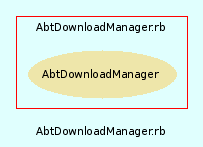
The Graphviz diagram src/trunk/doc/dot/f_1.png in eschabell/abtlinux, before a commit. Its source is kept beside it as src/trunk/doc/dot/f_1.dot.
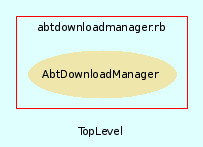
Above is the later version.

Change to the diagram source:
```diff
@@ -3,7 +3,7 @@
     bgcolor = lightcyan1
     fontname = Arial
     fontsize = 8
-    label = "AbtDownloadManager.rb"
+    label = "TopLevel"
     node [
         fontname = Arial,
         fontsize = 8,
@@ -13,7 +13,7 @@
     subgraph cluster_2 {
         fontname = Arial
         color = red
-        label = "AbtDownloadManager.rb"
+        label = "abtdownloadmanager.rb"
         AbtDownloadManager [
             fontcolor = black,
             URL = "classes/AbtDownloadManager.html",
```
